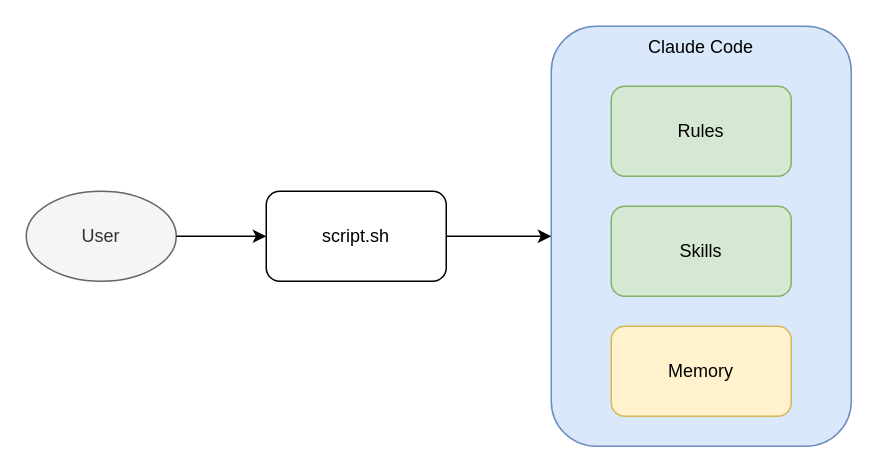
The draw.io diagram assets/diagrams/architecture.drawio in lezw-1/builder, before the edit. Source tidied: cells renumbered, new cells numbered last; positions are measured from the earlier drawing's top-left corner, leaving out a move shared by most shapes. Both pictures are drawn from the tidied source at 150%, with x=0, y=0 at pixel (26, 26).
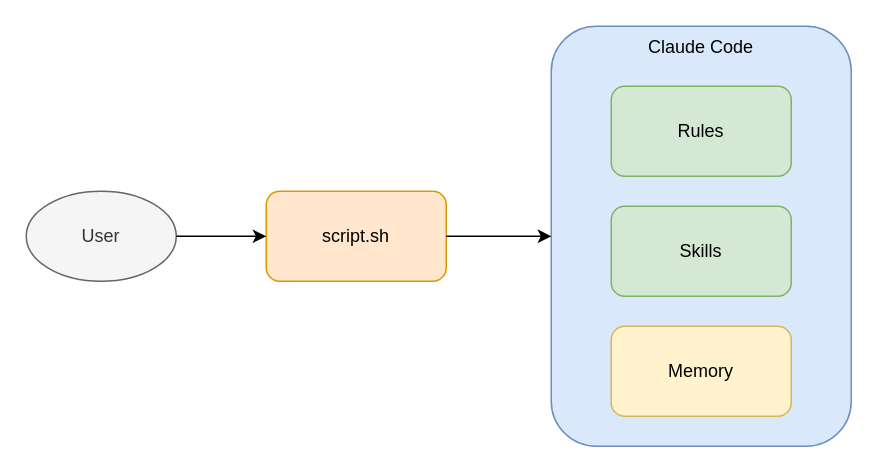
Above is the later version.

Commit message (it also covers changes not shown here):
update PR naming and diagram

Change to the diagram source:
```diff
@@
 <mxGraphModel>
   <root>
     <mxCell id="0" />
     <mxCell id="1" parent="0" />
     <mxCell id="2" value="User" style="ellipse;whiteSpace=wrap;html=1;fillColor=#f5f5f5;fontColor=#333333;strokeColor=#666666;" parent="1" vertex="1">
       <mxGeometry y="110" width="100" height="60" as="geometry" />
     </mxCell>
-    <mxCell id="3" value="script.sh" style="rounded=1;whiteSpace=wrap;html=1;" parent="1" vertex="1">
+    <mxCell id="3" value="script.sh" style="rounded=1;whiteSpace=wrap;html=1;fillColor=#ffe6cc;strokeColor=#d79b00;" parent="1" vertex="1">
       <mxGeometry x="160" y="110" width="120" height="60" as="geometry" />
     </mxCell>
     <mxCell id="4" value="Claude Code" style="rounded=1;whiteSpace=wrap;html=1;fillColor=#dae8fc;strokeColor=#6c8ebf;verticalAlign=top;" parent="1" vertex="1">
       <mxGeometry x="350" width="200" height="280" as="geometry" />
     </mxCell>
     <mxCell id="5" value="Rules" style="rounded=1;whiteSpace=wrap;html=1;fillColor=#d5e8d4;strokeColor=#82b366;" parent="4" vertex="1">
       <mxGeometry x="40" y="40" width="120" height="60" as="geometry" />
     </mxCell>
     <mxCell id="6" value="Skills" style="rounded=1;whiteSpace=wrap;html=1;fillColor=#d5e8d4;strokeColor=#82b366;" parent="4" vertex="1">
       <mxGeometry x="40" y="120" width="120" height="60" as="geometry" />
     </mxCell>
     <mxCell id="7" value="Memory" style="rounded=1;whiteSpace=wrap;html=1;fillColor=#fff2cc;strokeColor=#d6b656;" parent="4" vertex="1">
       <mxGeometry x="40" y="200" width="120" height="60" as="geometry" />
     </mxCell>
     <mxCell id="8" parent="1" edge="1" source="2" target="3">
       <mxGeometry relative="1" as="geometry" />
     </mxCell>
     <mxCell id="9" parent="1" edge="1" source="3" target="4">
       <mxGeometry relative="1" as="geometry" />
     </mxCell>
   </root>
 </mxGraphModel>
```
